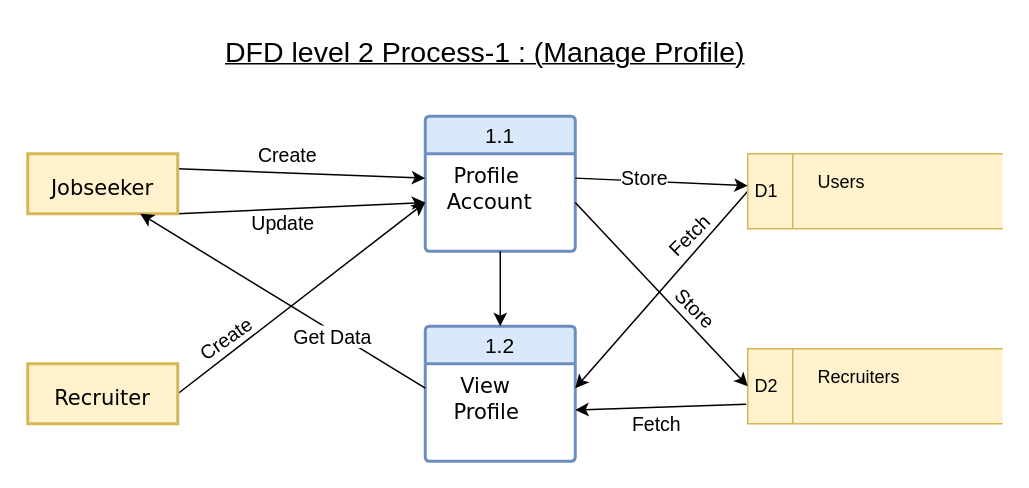
Earlier version of the draw.io diagram page "Page-6" (6 of 10) of public/uploads/Untitled Diagram.drawio (musaddak7/jobportalbd). Source tidied: cells renumbered, new cells numbered last; positions are measured from the earlier drawing's top-left corner, leaving out a move shared by most shapes. Both pictures are drawn from the tidied source at 150%, with x=0, y=0 at pixel (27, 26).
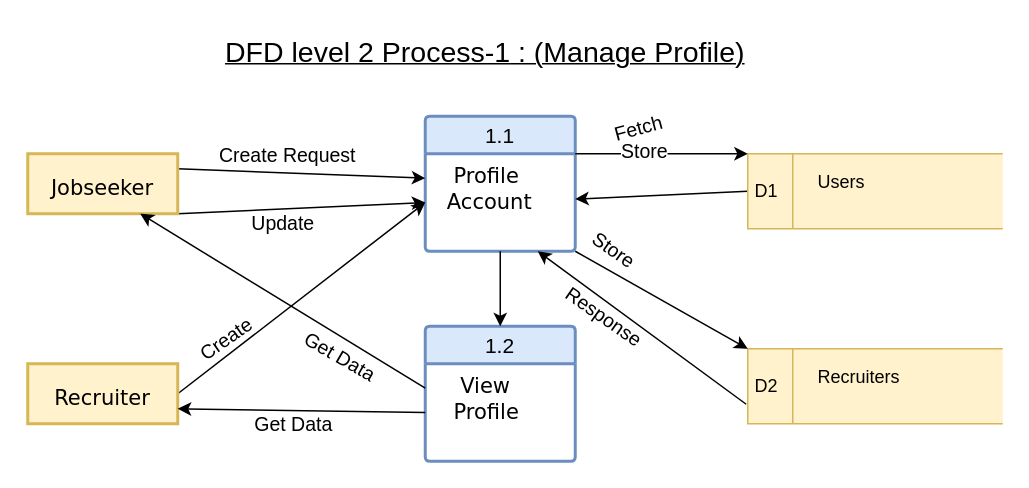
Above is the later version.

The change refers to these unchanged cells:
```xml
<mxCell id="3" value="&lt;div style=&quot;font-size: 14px;&quot;&gt;&lt;font style=&quot;font-size: 14px;&quot; face=&quot;Verdana&quot;&gt;&amp;nbsp;&amp;nbsp; Profile&amp;nbsp;&lt;/font&gt;&lt;/div&gt;&lt;div style=&quot;font-size: 14px;&quot;&gt;&lt;font style=&quot;font-size: 14px;&quot; face=&quot;Verdana&quot;&gt;&amp;nbsp; Account&lt;/font&gt;&lt;br&gt;&lt;/div&gt;" style="align=left;strokeColor=none;fillColor=none;spacingLeft=4;fontSize=12;verticalAlign=top;html=1;" parent="2" vertex="1">
  <mxGeometry y="25" width="100" height="65" as="geometry" />
</mxCell>
<mxCell id="5" value="&lt;div style=&quot;font-size: 14px;&quot;&gt;&lt;font style=&quot;font-size: 14px;&quot; face=&quot;Verdana&quot;&gt;&amp;nbsp; &amp;nbsp; View&lt;/font&gt;&lt;/div&gt;&lt;div style=&quot;font-size: 14px;&quot;&gt;&lt;font style=&quot;font-size: 14px;&quot; face=&quot;Verdana&quot;&gt;&amp;nbsp;&amp;nbsp; Profile&lt;/font&gt;&lt;font style=&quot;font-size: 14px;&quot;&gt;&lt;br&gt;&lt;/font&gt;&lt;/div&gt;" style="align=left;strokeColor=none;fillColor=none;spacingLeft=4;fontSize=12;verticalAlign=top;html=1;" parent="4" vertex="1">
  <mxGeometry y="25" width="100" height="65" as="geometry" />
</mxCell>
<mxCell id="6" style="rounded=0;jettySize=auto;html=1;exitX=1;exitY=0.25;exitDx=0;exitDy=0;entryX=0;entryY=0.25;entryDx=0;entryDy=0;" parent="1" edge="1" source="11" target="3">
  <mxGeometry relative="1" as="geometry" />
</mxCell>
<mxCell id="13" value="&lt;font face=&quot;Verdana&quot;&gt;Recruiter&lt;/font&gt;" style="whiteSpace=wrap;html=1;align=center;labelBackgroundColor=none;labelBorderColor=none;fontSize=14;spacing=20;spacingTop=6;strokeWidth=2;fillColor=#fff2cc;strokeColor=#d6b656;" parent="1" vertex="1">
  <mxGeometry y="225" width="100" height="40" as="geometry" />
</mxCell>
<mxCell id="15" value="D1" style="html=1;dashed=0;whiteSpace=wrap;shape=mxgraph.dfd.dataStoreID;align=left;spacingLeft=3;points=[[0,0],[0.5,0],[1,0],[0,0.5],[1,0.5],[0,1],[0.5,1],[1,1]];fillColor=#fff2cc;strokeColor=#d6b656;" parent="1" vertex="1">
  <mxGeometry x="480" y="85" width="170" height="50" as="geometry" />
</mxCell>
<mxCell id="20" value="D2" style="html=1;dashed=0;whiteSpace=wrap;shape=mxgraph.dfd.dataStoreID;align=left;spacingLeft=3;points=[[0,0],[0.5,0],[1,0],[0,0.5],[1,0.5],[0,1],[0.5,1],[1,1]];fillColor=#fff2cc;strokeColor=#d6b656;" parent="1" vertex="1">
  <mxGeometry x="480" y="215" width="170" height="50" as="geometry" />
</mxCell>
<mxCell id="26" style="rounded=0;jettySize=auto;html=1;exitX=0;exitY=0.25;exitDx=0;exitDy=0;entryX=0.75;entryY=1;entryDx=0;entryDy=0;" parent="1" edge="1" source="5" target="11">
  <mxGeometry relative="1" as="geometry" />
</mxCell>
```

Change to the diagram source:
```diff
@@
-    <mxCell id="7" value="&lt;font style=&quot;font-size: 13px;&quot;&gt;Create&lt;/font&gt;" style="edgeLabel;html=1;align=center;verticalAlign=middle;rotation=0;" parent="6" vertex="1">
+    <mxCell id="7" value="&lt;font style=&quot;font-size: 13px;&quot;&gt;Create Request&lt;br&gt;&lt;/font&gt;" style="edgeLabel;html=1;align=center;verticalAlign=middle;rotation=0;" parent="6" vertex="1">
       <mxGeometry x="-0.11" y="-2" relative="1" as="geometry">
         <mxPoint y="-14" as="offset" />
       </mxGeometry>
     </mxCell>
@@
-    <mxCell id="14" style="rounded=0;jettySize=auto;html=1;exitX=0;exitY=0.5;exitDx=0;exitDy=0;entryX=1;entryY=0.25;entryDx=0;entryDy=0;" parent="1" edge="1" source="15" target="5">
+    <mxCell id="14" style="rounded=0;jettySize=auto;html=1;exitX=0;exitY=0.5;exitDx=0;exitDy=0;" parent="1" edge="1" source="15" target="3">
       <mxGeometry relative="1" as="geometry" />
     </mxCell>
@@
-    <mxCell id="17" style="rounded=0;jettySize=auto;html=1;exitX=-0.006;exitY=0.74;exitDx=0;exitDy=0;exitPerimeter=0;" parent="1" edge="1" source="20" target="5">
+    <mxCell id="17" style="rounded=0;jettySize=auto;html=1;exitX=-0.006;exitY=0.74;exitDx=0;exitDy=0;exitPerimeter=0;entryX=0.75;entryY=1;entryDx=0;entryDy=0;" parent="1" edge="1" source="20" target="3">
       <mxGeometry relative="1" as="geometry" />
     </mxCell>
-    <mxCell id="18" value="&lt;font style=&quot;font-size: 13px;&quot;&gt;Fetch&lt;/font&gt;" style="edgeLabel;html=1;align=center;verticalAlign=middle;" parent="17" vertex="1">
+    <mxCell id="18" value="&lt;font style=&quot;font-size: 13px;&quot;&gt;Response&lt;/font&gt;" style="edgeLabel;html=1;align=center;verticalAlign=middle;rotation=35;" parent="17" vertex="1">
       <mxGeometry x="0.07" y="4" relative="1" as="geometry">
-        <mxPoint y="6" as="offset" />
+        <mxPoint x="-19" y="-8" as="offset" />
       </mxGeometry>
     </mxCell>
-    <mxCell id="19" value="&lt;font style=&quot;font-size: 13px;&quot;&gt;Fetch&lt;/font&gt;" style="edgeLabel;html=1;align=center;verticalAlign=middle;rotation=-45;" parent="17" vertex="1">
+    <mxCell id="19" value="&lt;font style=&quot;font-size: 13px;&quot;&gt;Fetch&lt;/font&gt;" style="edgeLabel;html=1;align=center;verticalAlign=middle;rotation=-15;" parent="17" vertex="1">
       <mxGeometry x="0.07" y="4" relative="1" as="geometry">
-        <mxPoint x="22" y="-118" as="offset" />
+        <mxPoint x="4" y="-133" as="offset" />
       </mxGeometry>
     </mxCell>
@@
-    <mxCell id="22" style="rounded=0;jettySize=auto;html=1;exitX=1;exitY=0.25;exitDx=0;exitDy=0;" parent="1" edge="1" source="3" target="15">
+    <mxCell id="22" style="rounded=0;jettySize=auto;html=1;exitX=1;exitY=0;exitDx=0;exitDy=0;entryX=0;entryY=0;entryDx=0;entryDy=0;" parent="1" edge="1" source="3" target="15">
       <mxGeometry relative="1" as="geometry" />
     </mxCell>
@@
-    <mxCell id="24" value="&lt;font style=&quot;font-size: 13px;&quot;&gt;Store&lt;/font&gt;" style="edgeLabel;html=1;align=center;verticalAlign=middle;rotation=45;" parent="22" vertex="1">
+    <mxCell id="24" value="&lt;font style=&quot;font-size: 13px;&quot;&gt;Store&lt;/font&gt;" style="edgeLabel;html=1;align=center;verticalAlign=middle;rotation=35;" parent="22" vertex="1">
       <mxGeometry x="-0.22" y="3" relative="1" as="geometry">
-        <mxPoint x="35" y="87" as="offset" />
+        <mxPoint x="-19" y="66" as="offset" />
       </mxGeometry>
     </mxCell>
-    <mxCell id="25" style="rounded=0;jettySize=auto;html=1;exitX=1;exitY=0.5;exitDx=0;exitDy=0;entryX=0;entryY=0.5;entryDx=0;entryDy=0;" parent="1" edge="1" source="3" target="20">
+    <mxCell id="25" style="rounded=0;jettySize=auto;html=1;exitX=1;exitY=1;exitDx=0;exitDy=0;entryX=0;entryY=0;entryDx=0;entryDy=0;" parent="1" edge="1" source="3" target="20">
       <mxGeometry relative="1" as="geometry" />
     </mxCell>
@@
-    <mxCell id="27" value="&lt;font style=&quot;font-size: 13px;&quot;&gt;Get Data&lt;/font&gt;" style="edgeLabel;html=1;align=center;verticalAlign=middle;" parent="26" vertex="1">
-      <mxGeometry x="-0.36" y="3" relative="1" as="geometry" />
+    <mxCell id="27" value="&lt;font style=&quot;font-size: 13px;&quot;&gt;Get Data&lt;/font&gt;" style="edgeLabel;html=1;align=center;verticalAlign=middle;rotation=30;" parent="26" vertex="1">
+      <mxGeometry x="-0.36" y="3" relative="1" as="geometry">
+        <mxPoint x="5" y="13" as="offset" />
+      </mxGeometry>
     </mxCell>
+    <mxCell id="30" value="&lt;font style=&quot;font-size: 13px;&quot;&gt;Get Data&lt;/font&gt;" style="edgeLabel;html=1;align=center;verticalAlign=middle;rotation=0;" parent="26" vertex="1">
+      <mxGeometry x="-0.36" y="3" relative="1" as="geometry">
+        <mxPoint x="-26" y="58" as="offset" />
+      </mxGeometry>
+    </mxCell>
@@
+    <mxCell id="31" style="rounded=0;jettySize=auto;html=1;exitX=0;exitY=0.5;exitDx=0;exitDy=0;entryX=1;entryY=0.75;entryDx=0;entryDy=0;" parent="1" edge="1" source="5" target="13">
+      <mxGeometry relative="1" as="geometry" />
+    </mxCell>
```
